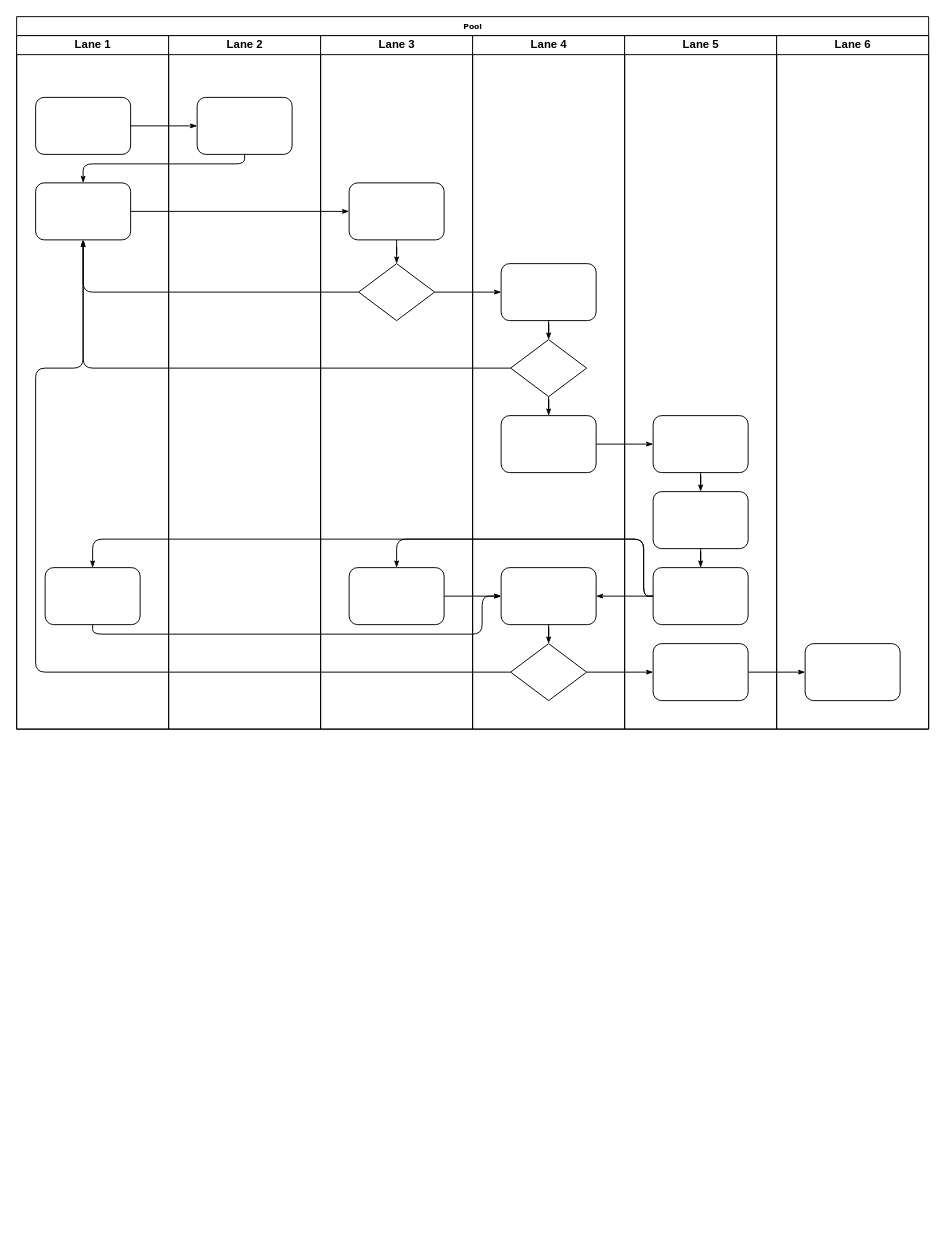
This is 未命名绘图.drawio from 153913232a/xcx, a draw.io file, before an edit. Source tidied: cells renumbered, new cells numbered last; positions are measured from the earlier drawing's top-left corner, leaving out a move shared by most shapes. Both pictures are drawn from the tidied source at 95%, with x=0, y=0 at pixel (16, 16).
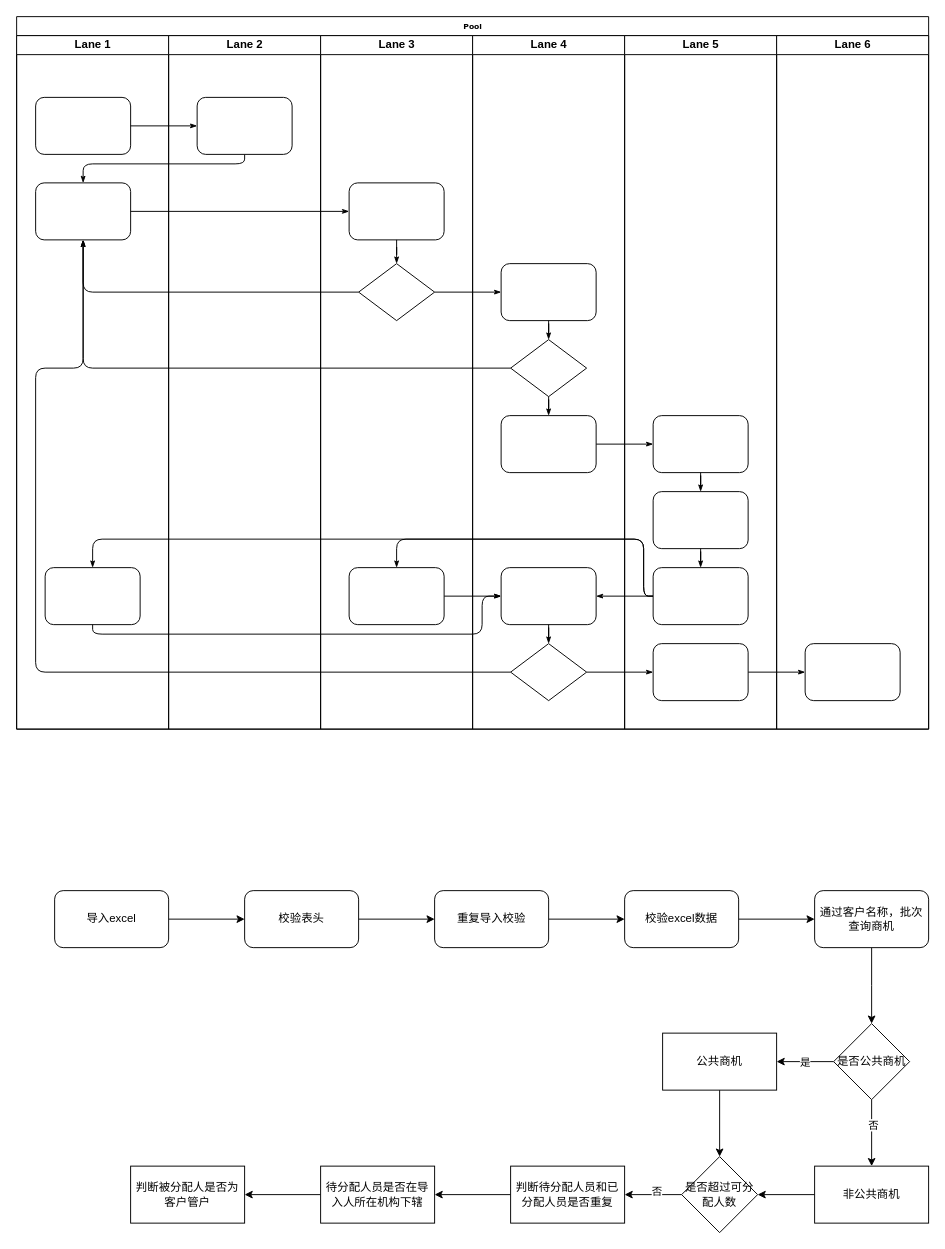
The same page after the edit.

Commit message:
更新未命名绘图.drawio

The edit, as a diff of the source:
```diff
@@
+    <mxCell id="47" style="edgeStyle=orthogonalEdgeStyle;rounded=0;jettySize=auto;html=1;" parent="1" edge="1" source="48" target="50">
+      <mxGeometry relative="1" as="geometry" />
+    </mxCell>
+    <mxCell id="48" value="导入excel" style="rounded=1;whiteSpace=wrap;html=1;" parent="1" vertex="1">
+      <mxGeometry x="40" y="920" width="120" height="60" as="geometry" />
+    </mxCell>
+    <mxCell id="49" style="edgeStyle=orthogonalEdgeStyle;rounded=0;jettySize=auto;html=1;" parent="1" edge="1" source="50" target="52">
+      <mxGeometry relative="1" as="geometry" />
+    </mxCell>
+    <mxCell id="50" value="校验表头" style="whiteSpace=wrap;html=1;rounded=1;" parent="1" vertex="1">
+      <mxGeometry x="240" y="920" width="120" height="60" as="geometry" />
+    </mxCell>
+    <mxCell id="51" style="edgeStyle=orthogonalEdgeStyle;rounded=0;jettySize=auto;html=1;" parent="1" edge="1" source="52" target="54">
+      <mxGeometry relative="1" as="geometry" />
+    </mxCell>
+    <mxCell id="52" value="重复导入校验" style="whiteSpace=wrap;html=1;rounded=1;" parent="1" vertex="1">
+      <mxGeometry x="440" y="920" width="120" height="60" as="geometry" />
+    </mxCell>
+    <mxCell id="53" style="edgeStyle=orthogonalEdgeStyle;rounded=0;jettySize=auto;html=1;" parent="1" edge="1" source="54" target="56">
+      <mxGeometry relative="1" as="geometry" />
+    </mxCell>
+    <mxCell id="54" value="校验excel数据" style="whiteSpace=wrap;html=1;rounded=1;" parent="1" vertex="1">
+      <mxGeometry x="640" y="920" width="120" height="60" as="geometry" />
+    </mxCell>
+    <mxCell id="55" style="edgeStyle=orthogonalEdgeStyle;rounded=0;jettySize=auto;html=1;" parent="1" edge="1" source="56">
+      <mxGeometry relative="1" as="geometry">
+        <mxPoint x="900" y="1060" as="targetPoint" />
+      </mxGeometry>
+    </mxCell>
+    <mxCell id="56" value="通过客户名称，批次查询商机" style="whiteSpace=wrap;html=1;rounded=1;" parent="1" vertex="1">
+      <mxGeometry x="840" y="920" width="120" height="60" as="geometry" />
+    </mxCell>
+    <mxCell id="57" style="edgeStyle=orthogonalEdgeStyle;rounded=0;jettySize=auto;html=1;" parent="1" edge="1" source="61" target="63">
+      <mxGeometry relative="1" as="geometry" />
+    </mxCell>
+    <mxCell id="58" value="是" style="edgeLabel;html=1;align=center;verticalAlign=middle;" parent="57" vertex="1">
+      <mxGeometry x="0.04" relative="1" as="geometry" />
+    </mxCell>
+    <mxCell id="59" style="edgeStyle=orthogonalEdgeStyle;rounded=0;jettySize=auto;html=1;" parent="1" edge="1" source="61" target="65">
+      <mxGeometry relative="1" as="geometry" />
+    </mxCell>
+    <mxCell id="60" value="否" style="edgeLabel;html=1;align=center;verticalAlign=middle;" parent="59" vertex="1">
+      <mxGeometry x="-0.27" y="1" relative="1" as="geometry" />
+    </mxCell>
+    <mxCell id="61" value="是否公共商机" style="rhombus;whiteSpace=wrap;html=1;" parent="1" vertex="1">
+      <mxGeometry x="860" y="1060" width="80" height="80" as="geometry" />
+    </mxCell>
+    <mxCell id="62" style="edgeStyle=orthogonalEdgeStyle;rounded=0;jettySize=auto;html=1;" parent="1" edge="1" source="63" target="68">
+      <mxGeometry relative="1" as="geometry" />
+    </mxCell>
+    <mxCell id="63" value="公共商机" style="whiteSpace=wrap;html=1;" parent="1" vertex="1">
+      <mxGeometry x="680" y="1070" width="120" height="60" as="geometry" />
+    </mxCell>
+    <mxCell id="64" style="edgeStyle=orthogonalEdgeStyle;rounded=0;jettySize=auto;html=1;exitX=0;exitY=0.5;exitDx=0;exitDy=0;entryX=1;entryY=0.5;entryDx=0;entryDy=0;" parent="1" edge="1" source="65" target="68">
+      <mxGeometry relative="1" as="geometry" />
+    </mxCell>
+    <mxCell id="65" value="非公共商机" style="whiteSpace=wrap;html=1;" parent="1" vertex="1">
+      <mxGeometry x="840" y="1210" width="120" height="60" as="geometry" />
+    </mxCell>
+    <mxCell id="66" style="edgeStyle=orthogonalEdgeStyle;rounded=0;jettySize=auto;html=1;" parent="1" edge="1" source="68" target="70">
+      <mxGeometry relative="1" as="geometry" />
+    </mxCell>
+    <mxCell id="67" value="否" style="edgeLabel;html=1;align=center;verticalAlign=middle;" parent="66" vertex="1">
+      <mxGeometry x="-0.09" y="-4" relative="1" as="geometry" />
+    </mxCell>
+    <mxCell id="68" value="是否超过可分配人数" style="rhombus;whiteSpace=wrap;html=1;" parent="1" vertex="1">
+      <mxGeometry x="700" y="1200" width="80" height="80" as="geometry" />
+    </mxCell>
+    <mxCell id="69" style="edgeStyle=orthogonalEdgeStyle;rounded=0;jettySize=auto;html=1;" parent="1" edge="1" source="70" target="72">
+      <mxGeometry relative="1" as="geometry" />
+    </mxCell>
+    <mxCell id="70" value="判断待分配人员和已分配人员是否重复" style="whiteSpace=wrap;html=1;" parent="1" vertex="1">
+      <mxGeometry x="520" y="1210" width="120" height="60" as="geometry" />
+    </mxCell>
+    <mxCell id="71" style="edgeStyle=orthogonalEdgeStyle;rounded=0;jettySize=auto;html=1;" parent="1" edge="1" source="72" target="73">
+      <mxGeometry relative="1" as="geometry" />
+    </mxCell>
+    <mxCell id="72" value="待分配人员是否在导入人所在机构下辖" style="whiteSpace=wrap;html=1;" parent="1" vertex="1">
+      <mxGeometry x="320" y="1210" width="120" height="60" as="geometry" />
+    </mxCell>
+    <mxCell id="73" value="判断被分配人是否为客户管户" style="whiteSpace=wrap;html=1;" parent="1" vertex="1">
+      <mxGeometry x="120" y="1210" width="120" height="60" as="geometry" />
+    </mxCell>
```
